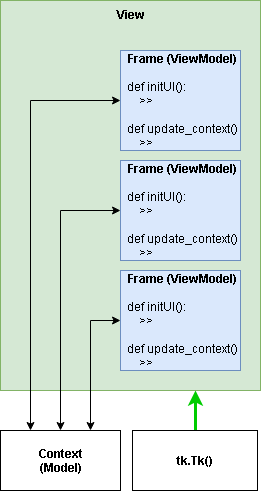
Above: doc/applicationArchitecture.png in kjph/sqlenergy (draw.io), before the change. Source tidied: cells renumbered, new cells last; positions are measured from the earlier drawing's top-left corner, leaving out a move shared by most shapes.
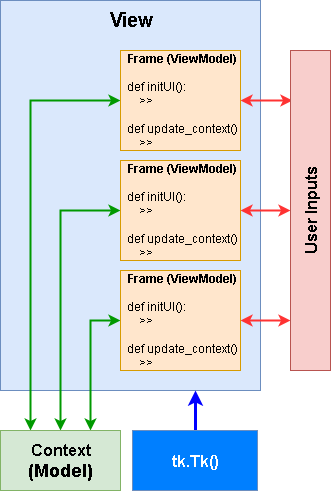
Above is the later version.

Change to the diagram source:
```diff
@@ -2,35 +2,47 @@
   <root>
     <mxCell id="0" />
     <mxCell id="1" parent="0" />
-    <mxCell id="2" value="&lt;b&gt;View&lt;/b&gt;" style="whiteSpace=wrap;html=1;verticalAlign=top;strokeColor=#82b366;fillColor=#d5e8d4;" parent="1" vertex="1">
+    <mxCell id="2" value="&lt;b&gt;&lt;font style=&quot;font-size: 20px&quot;&gt;View&lt;/font&gt;&lt;/b&gt;" style="whiteSpace=wrap;html=1;verticalAlign=top;strokeColor=#6c8ebf;fillColor=#dae8fc;" parent="1" vertex="1">
       <mxGeometry width="260" height="390" as="geometry" />
     </mxCell>
-    <mxCell id="3" style="edgeStyle=orthogonalEdgeStyle;rounded=0;html=1;exitX=0;exitY=0.5;entryX=0.25;entryY=0;jettySize=auto;endArrow=classic;endFill=1;startArrow=classic;startFill=1;" parent="1" edge="1" source="4" target="9">
+    <mxCell id="3" style="edgeStyle=orthogonalEdgeStyle;rounded=0;html=1;exitX=0;exitY=0.5;entryX=0.25;entryY=0;jettySize=auto;endArrow=classic;endFill=1;startArrow=classic;startFill=1;fillColor=#d5e8d4;strokeColor=#009900;strokeWidth=2;" parent="1" edge="1" source="4" target="9">
       <mxGeometry relative="1" as="geometry" />
     </mxCell>
+    <mxCell id="12" style="edgeStyle=orthogonalEdgeStyle;rounded=0;html=1;exitX=1;exitY=0.5;entryX=0.048;entryY=0.155;entryPerimeter=0;startArrow=classic;startFill=1;endArrow=classic;endFill=1;jettySize=auto;strokeColor=#FF3333;strokeWidth=2;" parent="1" edge="1" source="4" target="15">
+      <mxGeometry relative="1" as="geometry" />
+    </mxCell>
-    <mxCell id="4" value="&lt;b&gt;Frame (ViewModel)&lt;/b&gt;&lt;div&gt;&lt;br&gt;&lt;/div&gt;&lt;div style=&quot;text-align: left&quot;&gt;def initUI():&lt;/div&gt;&lt;div style=&quot;text-align: left&quot;&gt;&amp;nbsp; &amp;nbsp; &amp;gt;&amp;gt;&lt;/div&gt;&lt;div style=&quot;text-align: left&quot;&gt;&lt;br&gt;&lt;/div&gt;&lt;div style=&quot;text-align: left&quot;&gt;def update_context()&lt;/div&gt;&lt;div style=&quot;text-align: left&quot;&gt;&amp;nbsp; &amp;nbsp; &amp;gt;&amp;gt;&lt;/div&gt;" style="whiteSpace=wrap;html=1;fillColor=#dae8fc;strokeColor=#6c8ebf;" parent="1" vertex="1">
+    <mxCell id="4" value="&lt;b&gt;Frame (ViewModel)&lt;/b&gt;&lt;div&gt;&lt;br&gt;&lt;/div&gt;&lt;div style=&quot;text-align: left&quot;&gt;def initUI():&lt;/div&gt;&lt;div style=&quot;text-align: left&quot;&gt;&amp;nbsp; &amp;nbsp; &amp;gt;&amp;gt;&lt;/div&gt;&lt;div style=&quot;text-align: left&quot;&gt;&lt;br&gt;&lt;/div&gt;&lt;div style=&quot;text-align: left&quot;&gt;def update_context()&lt;/div&gt;&lt;div style=&quot;text-align: left&quot;&gt;&amp;nbsp; &amp;nbsp; &amp;gt;&amp;gt;&lt;/div&gt;" style="whiteSpace=wrap;html=1;fillColor=#ffe6cc;strokeColor=#d79b00;" parent="1" vertex="1">
       <mxGeometry x="120" y="50" width="120" height="100" as="geometry" />
     </mxCell>
-    <mxCell id="5" style="edgeStyle=orthogonalEdgeStyle;rounded=0;html=1;exitX=0;exitY=0.5;entryX=0.5;entryY=0;jettySize=auto;endArrow=classic;endFill=1;startArrow=classic;startFill=1;" parent="1" edge="1" source="6" target="9">
+    <mxCell id="5" style="edgeStyle=orthogonalEdgeStyle;rounded=0;html=1;exitX=0;exitY=0.5;entryX=0.5;entryY=0;jettySize=auto;endArrow=classic;endFill=1;startArrow=classic;startFill=1;fillColor=#d5e8d4;strokeColor=#009900;strokeWidth=2;" parent="1" edge="1" source="6" target="9">
       <mxGeometry relative="1" as="geometry" />
     </mxCell>
+    <mxCell id="13" style="edgeStyle=orthogonalEdgeStyle;rounded=0;html=1;exitX=1;exitY=0.5;entryX=0;entryY=0.5;startArrow=classic;startFill=1;endArrow=classic;endFill=1;jettySize=auto;strokeColor=#FF3333;strokeWidth=2;" parent="1" edge="1" source="6" target="15">
+      <mxGeometry relative="1" as="geometry" />
+    </mxCell>
-    <mxCell id="6" value="&lt;b&gt;Frame (ViewModel)&lt;/b&gt;&lt;div&gt;&lt;br&gt;&lt;/div&gt;&lt;div style=&quot;text-align: left&quot;&gt;def initUI():&lt;/div&gt;&lt;div style=&quot;text-align: left&quot;&gt;&amp;nbsp; &amp;nbsp; &amp;gt;&amp;gt;&lt;/div&gt;&lt;div style=&quot;text-align: left&quot;&gt;&lt;br&gt;&lt;/div&gt;&lt;div style=&quot;text-align: left&quot;&gt;def update_context()&lt;/div&gt;&lt;div style=&quot;text-align: left&quot;&gt;&amp;nbsp; &amp;nbsp; &amp;gt;&amp;gt;&lt;/div&gt;" style="whiteSpace=wrap;html=1;fillColor=#dae8fc;strokeColor=#6c8ebf;" parent="1" vertex="1">
+    <mxCell id="6" value="&lt;b&gt;Frame (ViewModel)&lt;/b&gt;&lt;div&gt;&lt;br&gt;&lt;/div&gt;&lt;div style=&quot;text-align: left&quot;&gt;def initUI():&lt;/div&gt;&lt;div style=&quot;text-align: left&quot;&gt;&amp;nbsp; &amp;nbsp; &amp;gt;&amp;gt;&lt;/div&gt;&lt;div style=&quot;text-align: left&quot;&gt;&lt;br&gt;&lt;/div&gt;&lt;div style=&quot;text-align: left&quot;&gt;def update_context()&lt;/div&gt;&lt;div style=&quot;text-align: left&quot;&gt;&amp;nbsp; &amp;nbsp; &amp;gt;&amp;gt;&lt;/div&gt;" style="whiteSpace=wrap;html=1;fillColor=#ffe6cc;strokeColor=#d79b00;" parent="1" vertex="1">
       <mxGeometry x="120" y="160" width="120" height="100" as="geometry" />
     </mxCell>
-    <mxCell id="7" style="edgeStyle=orthogonalEdgeStyle;rounded=0;html=1;exitX=0;exitY=0.5;entryX=0.75;entryY=0;jettySize=auto;endArrow=classic;endFill=1;startArrow=classic;startFill=1;" parent="1" edge="1" source="8" target="9">
+    <mxCell id="7" style="edgeStyle=orthogonalEdgeStyle;rounded=0;html=1;exitX=0;exitY=0.5;entryX=0.75;entryY=0;jettySize=auto;endArrow=classic;endFill=1;startArrow=classic;startFill=1;fillColor=#d5e8d4;strokeColor=#009900;strokeWidth=2;" parent="1" edge="1" source="8" target="9">
       <mxGeometry relative="1" as="geometry" />
     </mxCell>
+    <mxCell id="14" style="edgeStyle=orthogonalEdgeStyle;rounded=0;html=1;exitX=1;exitY=0.5;entryX=-0.002;entryY=0.843;entryPerimeter=0;startArrow=classic;startFill=1;endArrow=classic;endFill=1;jettySize=auto;strokeColor=#FF3333;strokeWidth=2;" parent="1" edge="1" source="8" target="15">
+      <mxGeometry relative="1" as="geometry" />
+    </mxCell>
-    <mxCell id="8" value="&lt;b&gt;Frame (ViewModel)&lt;/b&gt;&lt;div&gt;&lt;br&gt;&lt;/div&gt;&lt;div style=&quot;text-align: left&quot;&gt;def initUI():&lt;/div&gt;&lt;div style=&quot;text-align: left&quot;&gt;&amp;nbsp; &amp;nbsp; &amp;gt;&amp;gt;&lt;/div&gt;&lt;div style=&quot;text-align: left&quot;&gt;&lt;br&gt;&lt;/div&gt;&lt;div style=&quot;text-align: left&quot;&gt;def update_context()&lt;/div&gt;&lt;div style=&quot;text-align: left&quot;&gt;&amp;nbsp; &amp;nbsp; &amp;gt;&amp;gt;&lt;/div&gt;" style="whiteSpace=wrap;html=1;fillColor=#dae8fc;strokeColor=#6c8ebf;" parent="1" vertex="1">
+    <mxCell id="8" value="&lt;b&gt;Frame (ViewModel)&lt;/b&gt;&lt;div&gt;&lt;br&gt;&lt;/div&gt;&lt;div style=&quot;text-align: left&quot;&gt;def initUI():&lt;/div&gt;&lt;div style=&quot;text-align: left&quot;&gt;&amp;nbsp; &amp;nbsp; &amp;gt;&amp;gt;&lt;/div&gt;&lt;div style=&quot;text-align: left&quot;&gt;&lt;br&gt;&lt;/div&gt;&lt;div style=&quot;text-align: left&quot;&gt;def update_context()&lt;/div&gt;&lt;div style=&quot;text-align: left&quot;&gt;&amp;nbsp; &amp;nbsp; &amp;gt;&amp;gt;&lt;/div&gt;" style="whiteSpace=wrap;html=1;fillColor=#ffe6cc;strokeColor=#d79b00;" parent="1" vertex="1">
       <mxGeometry x="120" y="270" width="120" height="100" as="geometry" />
     </mxCell>
-    <mxCell id="9" value="&lt;b&gt;Context&lt;/b&gt;&lt;div&gt;&lt;b&gt;(Model)&lt;/b&gt;&lt;/div&gt;" style="whiteSpace=wrap;html=1;" parent="1" vertex="1">
+    <mxCell id="9" value="&lt;b&gt;&lt;font style=&quot;font-size: 16px&quot;&gt;Context&lt;/font&gt;&lt;/b&gt;&lt;div&gt;&lt;b&gt;&lt;font size=&quot;4&quot;&gt;(Model)&lt;/font&gt;&lt;/b&gt;&lt;/div&gt;" style="whiteSpace=wrap;html=1;fillColor=#d5e8d4;strokeColor=#82b366;" parent="1" vertex="1">
       <mxGeometry y="430" width="120" height="60" as="geometry" />
     </mxCell>
-    <mxCell id="10" style="edgeStyle=orthogonalEdgeStyle;rounded=0;html=1;exitX=0.5;exitY=0;entryX=0.75;entryY=1;startArrow=none;startFill=0;endArrow=classic;endFill=1;jettySize=auto;strokeColor=#00CC00;strokeWidth=3;" parent="1" edge="1" source="11" target="2">
+    <mxCell id="10" style="edgeStyle=orthogonalEdgeStyle;rounded=0;html=1;exitX=0.5;exitY=0;entryX=0.75;entryY=1;startArrow=none;startFill=0;endArrow=classic;endFill=1;jettySize=auto;strokeColor=#0000FF;strokeWidth=3;fillColor=#dae8fc;" parent="1" edge="1" source="11" target="2">
       <mxGeometry relative="1" as="geometry" />
     </mxCell>
-    <mxCell id="11" value="&lt;b&gt;tk.Tk()&lt;/b&gt;" style="whiteSpace=wrap;html=1;" parent="1" vertex="1">
+    <mxCell id="11" value="&lt;b&gt;&lt;font style=&quot;font-size: 16px&quot; color=&quot;#ffffff&quot;&gt;tk.Tk()&lt;/font&gt;&lt;/b&gt;" style="whiteSpace=wrap;html=1;fillColor=#007FFF;strokeColor=#6c8ebf;" parent="1" vertex="1">
       <mxGeometry x="132" y="430" width="125" height="60" as="geometry" />
     </mxCell>
+    <mxCell id="15" value="&lt;b&gt;&lt;font style=&quot;font-size: 16px&quot;&gt;User&amp;nbsp;Inputs&lt;/font&gt;&lt;/b&gt;" style="whiteSpace=wrap;html=1;strokeColor=#b85450;horizontal=0;fillColor=#f8cecc;" parent="1" vertex="1">
+      <mxGeometry x="290" y="50" width="40" height="320" as="geometry" />
+    </mxCell>
   </root>
 </mxGraphModel>
```
